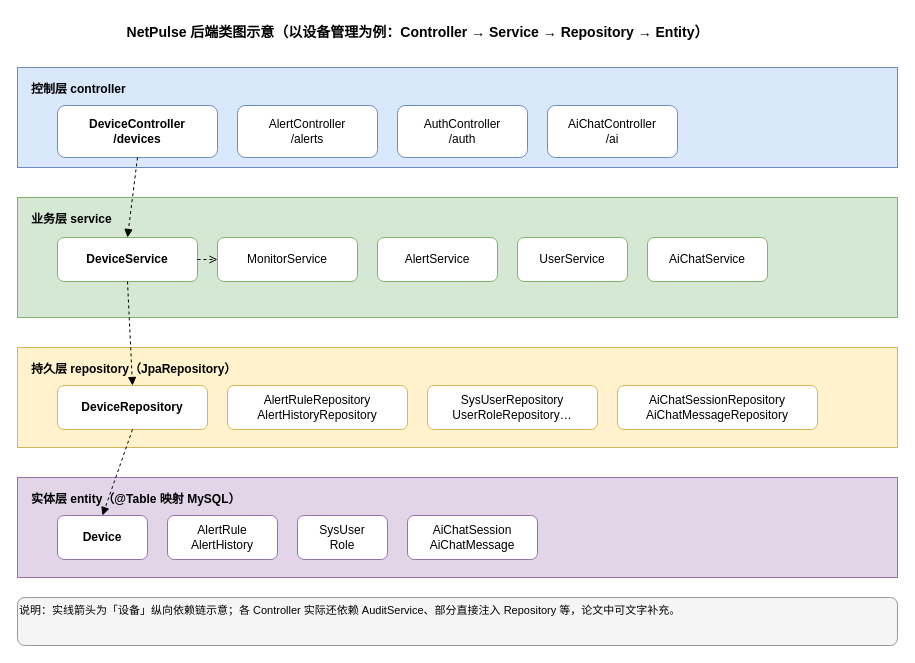
The draw.io diagram docs/NetPulse-类图-分层示意.drawio in zedberark/jiankong, before the edit. Source tidied: cells renumbered, new cells numbered last; positions are measured from the earlier drawing's top-left corner, leaving out a move shared by most shapes. Both pictures are drawn from the tidied source at 100%, with x=0, y=0 at pixel (17, 17).
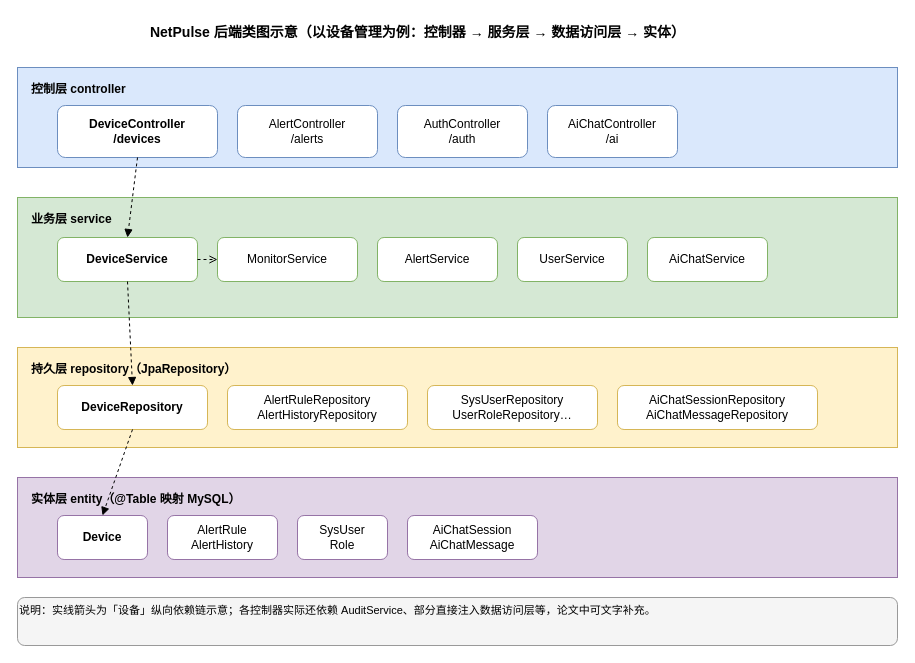
The same page after the edit.

Diff of the diagram source:
```diff
@@
-    <mxCell id="2" value="NetPulse 后端类图示意（以设备管理为例：Controller → Service → Repository → Entity）" style="text;html=1;strokeColor=none;fillColor=none;align=center;fontSize=14;fontStyle=1;" parent="1" vertex="1">
+    <mxCell id="2" value="NetPulse 后端类图示意（以设备管理为例：控制器 → 服务层 → 数据访问层 → 实体）" style="text;html=1;strokeColor=none;fillColor=none;align=center;fontSize=14;fontStyle=1;" parent="1" vertex="1">
       <mxGeometry x="40" width="720" height="32" as="geometry" />
     </mxCell>
@@
-    <mxCell id="32" value="说明：实线箭头为「设备」纵向依赖链示意；各 Controller 实际还依赖 AuditService、部分直接注入 Repository 等，论文中可文字补充。" style="text;html=1;strokeColor=#999999;fillColor=#f5f5f5;align=left;verticalAlign=top;whiteSpace=wrap;rounded=1;fontSize=11;" parent="1" vertex="1">
+    <mxCell id="32" value="说明：实线箭头为「设备」纵向依赖链示意；各控制器实际还依赖 AuditService、部分直接注入数据访问层等，论文中可文字补充。" style="text;html=1;strokeColor=#999999;fillColor=#f5f5f5;align=left;verticalAlign=top;whiteSpace=wrap;rounded=1;fontSize=11;" parent="1" vertex="1">
       <mxGeometry y="580" width="880" height="48" as="geometry" />
     </mxCell>
```
